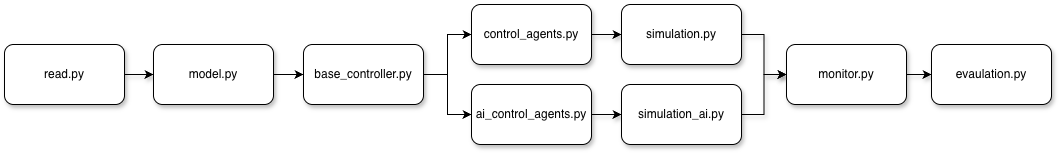
arsiboo/production-flow-network-simulation keeps this draw.io diagram as roadmap.png. Above is the earlier version. Source tidied: cells renumbered, new cells last; positions are measured from the earlier drawing's top-left corner, leaving out a move shared by most shapes.
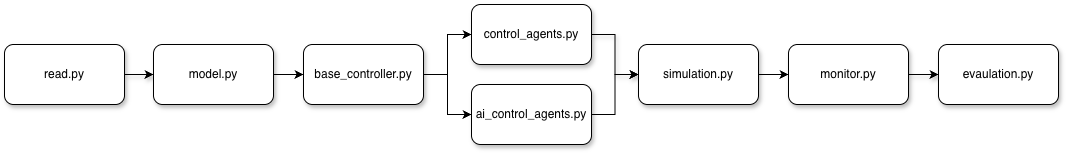
Above is the later version.

Change to the diagram source:
```diff
@@ -20,32 +20,26 @@
     <mxCell id="7" value="control_agents.py" style="whiteSpace=wrap;html=1;rounded=1;shadow=1;" parent="1" vertex="1">
       <mxGeometry x="467" width="120" height="60" as="geometry" />
     </mxCell>
-    <mxCell id="8" style="edgeStyle=orthogonalEdgeStyle;rounded=0;jettySize=auto;html=1;shadow=1;" parent="1" edge="1" source="9" target="13">
-      <mxGeometry relative="1" as="geometry" />
-    </mxCell>
+    <mxCell id="20" style="edgeStyle=orthogonalEdgeStyle;rounded=0;jettySize=auto;html=1;exitX=1;exitY=0.5;exitDx=0;exitDy=0;entryX=0;entryY=0.5;entryDx=0;entryDy=0;" parent="1" edge="1" source="9" target="11">
+      <mxGeometry relative="1" as="geometry" />
+    </mxCell>
     <mxCell id="9" value="ai_control_agents.py" style="whiteSpace=wrap;html=1;rounded=1;shadow=1;" parent="1" vertex="1">
       <mxGeometry x="467" y="80" width="120" height="60" as="geometry" />
     </mxCell>
-    <mxCell id="10" style="edgeStyle=orthogonalEdgeStyle;rounded=0;jettySize=auto;html=1;shadow=1;" parent="1" edge="1" source="11" target="15">
+    <mxCell id="10" style="edgeStyle=orthogonalEdgeStyle;rounded=0;jettySize=auto;html=1;" parent="1" edge="1" source="11" target="15">
       <mxGeometry relative="1" as="geometry" />
     </mxCell>
     <mxCell id="11" value="simulation.py" style="whiteSpace=wrap;html=1;rounded=1;shadow=1;" parent="1" vertex="1">
-      <mxGeometry x="617" width="120" height="60" as="geometry" />
+      <mxGeometry x="634" y="40" width="120" height="60" as="geometry" />
     </mxCell>
-    <mxCell id="12" style="edgeStyle=orthogonalEdgeStyle;rounded=0;jettySize=auto;html=1;exitX=1;exitY=0.5;exitDx=0;exitDy=0;entryX=0;entryY=0.5;entryDx=0;entryDy=0;shadow=1;" parent="1" edge="1" source="13" target="15">
-      <mxGeometry relative="1" as="geometry" />
-    </mxCell>
-    <mxCell id="13" value="simulation_ai.py" style="whiteSpace=wrap;html=1;rounded=1;shadow=1;" parent="1" vertex="1">
-      <mxGeometry x="617" y="80" width="120" height="60" as="geometry" />
-    </mxCell>
     <mxCell id="14" style="edgeStyle=orthogonalEdgeStyle;rounded=0;jettySize=auto;html=1;shadow=1;" parent="1" edge="1" source="15" target="16">
       <mxGeometry relative="1" as="geometry" />
     </mxCell>
     <mxCell id="15" value="monitor.py" style="whiteSpace=wrap;html=1;rounded=1;shadow=1;" parent="1" vertex="1">
-      <mxGeometry x="782" y="40" width="120" height="60" as="geometry" />
+      <mxGeometry x="784" y="40" width="120" height="60" as="geometry" />
     </mxCell>
     <mxCell id="16" value="evaulation.py" style="whiteSpace=wrap;html=1;rounded=1;shadow=1;" parent="1" vertex="1">
-      <mxGeometry x="927" y="40" width="120" height="60" as="geometry" />
+      <mxGeometry x="934" y="40" width="120" height="60" as="geometry" />
     </mxCell>
     <mxCell id="17" style="edgeStyle=orthogonalEdgeStyle;rounded=0;jettySize=auto;html=1;exitX=1;exitY=0.5;exitDx=0;exitDy=0;entryX=0;entryY=0.5;entryDx=0;entryDy=0;" parent="1" edge="1" source="19" target="7">
       <mxGeometry relative="1" as="geometry" />
```
